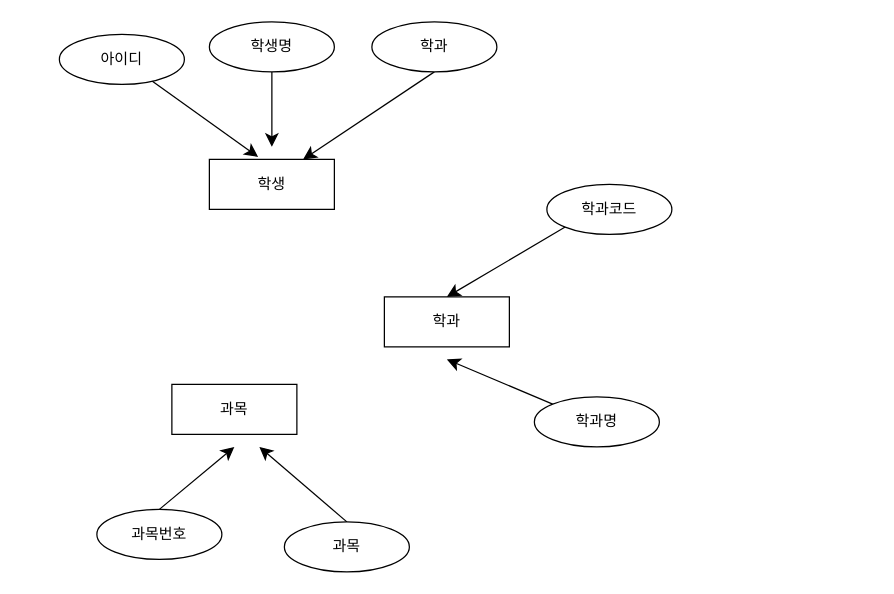
The draw.io diagram 제목 없는 다이어그램.drawio in dhxorud/db1, before the edit. Source tidied: cells renumbered, new cells numbered last; positions are measured from the earlier drawing's top-left corner, leaving out a move shared by most shapes. Both pictures are drawn from the tidied source at 125%, with x=0, y=0 at pixel (59, 21).
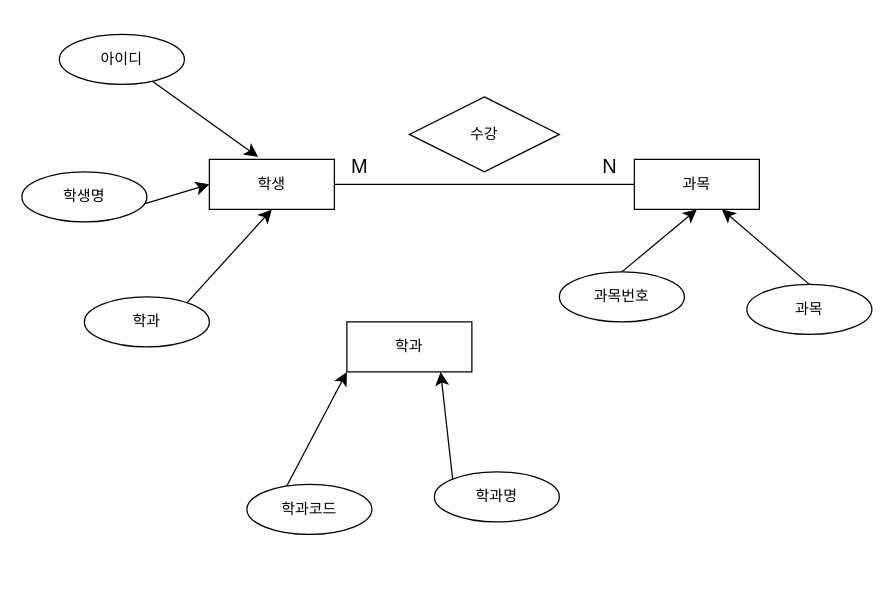
The same page after the edit.

Commit message:
제목 없는 다이어그램.drawio 업데이트

Unchanged cells that the change refers to:
```xml
<mxCell id="4" value="학생" style="whiteSpace=wrap;html=1;align=center;" parent="1" vertex="1">
  <mxGeometry x="120" y="110" width="100" height="40" as="geometry" />
</mxCell>
```

Diff of the diagram source:
```diff
@@
     <mxCell id="2" value="과목" style="whiteSpace=wrap;html=1;align=center;" parent="1" vertex="1">
-      <mxGeometry x="90" y="290" width="100" height="40" as="geometry" />
+      <mxGeometry x="460" y="110" width="100" height="40" as="geometry" />
     </mxCell>
     <mxCell id="3" value="학과" style="whiteSpace=wrap;html=1;align=center;" parent="1" vertex="1">
-      <mxGeometry x="260" y="220" width="100" height="40" as="geometry" />
+      <mxGeometry x="230" y="240" width="100" height="40" as="geometry" />
     </mxCell>
@@
-    <mxCell id="5" style="edgeStyle=none;curved=1;rounded=0;jettySize=auto;html=1;exitX=0.5;exitY=1;exitDx=0;exitDy=0;fontSize=12;startSize=8;endSize=8;" parent="1" edge="1" source="6">
-      <mxGeometry relative="1" as="geometry">
-        <mxPoint x="170" y="100" as="targetPoint" />
-      </mxGeometry>
+    <mxCell id="5" style="edgeStyle=none;curved=1;rounded=0;jettySize=auto;html=1;exitX=0.5;exitY=1;exitDx=0;exitDy=0;fontSize=12;startSize=8;endSize=8;entryX=0;entryY=0.5;entryDx=0;entryDy=0;" parent="1" edge="1" source="6" target="4">
+      <mxGeometry relative="1" as="geometry" />
     </mxCell>
     <mxCell id="6" value="학생명" style="ellipse;whiteSpace=wrap;html=1;align=center;" parent="1" vertex="1">
-      <mxGeometry x="120" width="100" height="40" as="geometry" />
+      <mxGeometry x="-30" y="120" width="100" height="40" as="geometry" />
     </mxCell>
@@
-    <mxCell id="8" style="edgeStyle=none;curved=1;rounded=0;jettySize=auto;html=1;exitX=0.5;exitY=1;exitDx=0;exitDy=0;entryX=0.75;entryY=0;entryDx=0;entryDy=0;fontSize=12;startSize=8;endSize=8;" parent="1" edge="1" source="9" target="4">
+    <mxCell id="8" style="edgeStyle=none;curved=1;rounded=0;jettySize=auto;html=1;exitX=0.5;exitY=1;exitDx=0;exitDy=0;entryX=0.5;entryY=1;entryDx=0;entryDy=0;fontSize=12;startSize=8;endSize=8;" parent="1" edge="1" source="9" target="4">
       <mxGeometry relative="1" as="geometry" />
     </mxCell>
     <mxCell id="9" value="학과" style="ellipse;whiteSpace=wrap;html=1;align=center;" parent="1" vertex="1">
-      <mxGeometry x="250" width="100" height="40" as="geometry" />
+      <mxGeometry x="20" y="220" width="100" height="40" as="geometry" />
     </mxCell>
@@
-    <mxCell id="11" style="edgeStyle=none;curved=1;rounded=0;jettySize=auto;html=1;exitX=0;exitY=1;exitDx=0;exitDy=0;entryX=0.5;entryY=0;entryDx=0;entryDy=0;fontSize=12;startSize=8;endSize=8;" parent="1" edge="1" source="12" target="3">
-      <mxGeometry relative="1" as="geometry" />
+    <mxCell id="11" style="edgeStyle=none;curved=1;rounded=0;jettySize=auto;html=1;exitX=0;exitY=1;exitDx=0;exitDy=0;entryX=0.5;entryY=0;entryDx=0;entryDy=0;fontSize=12;startSize=8;endSize=8;" parent="1" edge="1" source="12">
+      <mxGeometry relative="1" as="geometry">
+        <mxPoint x="230" y="280" as="targetPoint" />
+      </mxGeometry>
     </mxCell>
     <mxCell id="12" value="학과코드" style="ellipse;whiteSpace=wrap;html=1;align=center;" parent="1" vertex="1">
-      <mxGeometry x="390" y="130" width="100" height="40" as="geometry" />
+      <mxGeometry x="150" y="370" width="100" height="40" as="geometry" />
     </mxCell>
-    <mxCell id="13" style="edgeStyle=none;curved=1;rounded=0;jettySize=auto;html=1;exitX=0;exitY=0;exitDx=0;exitDy=0;fontSize=12;startSize=8;endSize=8;" parent="1" edge="1" source="14">
-      <mxGeometry relative="1" as="geometry">
-        <mxPoint x="310" y="270" as="targetPoint" />
-      </mxGeometry>
+    <mxCell id="13" style="edgeStyle=none;curved=1;rounded=0;jettySize=auto;html=1;exitX=0;exitY=0;exitDx=0;exitDy=0;fontSize=12;startSize=8;endSize=8;entryX=0.75;entryY=1;entryDx=0;entryDy=0;" parent="1" edge="1" source="14" target="3">
+      <mxGeometry relative="1" as="geometry" />
     </mxCell>
     <mxCell id="14" value="학과명" style="ellipse;whiteSpace=wrap;html=1;align=center;" parent="1" vertex="1">
-      <mxGeometry x="380" y="300" width="100" height="40" as="geometry" />
+      <mxGeometry x="300" y="360" width="100" height="40" as="geometry" />
     </mxCell>
     <mxCell id="15" style="edgeStyle=none;curved=1;rounded=0;jettySize=auto;html=1;exitX=0.5;exitY=0;exitDx=0;exitDy=0;fontSize=12;startSize=8;endSize=8;" parent="1" edge="1" source="16">
       <mxGeometry relative="1" as="geometry">
-        <mxPoint x="160" y="340" as="targetPoint" />
+        <mxPoint x="530" y="150" as="targetPoint" />
       </mxGeometry>
     </mxCell>
     <mxCell id="16" value="과목" style="ellipse;whiteSpace=wrap;html=1;align=center;" parent="1" vertex="1">
-      <mxGeometry x="180" y="400" width="100" height="40" as="geometry" />
+      <mxGeometry x="550" y="210" width="100" height="40" as="geometry" />
     </mxCell>
     <mxCell id="17" style="edgeStyle=none;curved=1;rounded=0;jettySize=auto;html=1;exitX=0.5;exitY=0;exitDx=0;exitDy=0;fontSize=12;startSize=8;endSize=8;" parent="1" edge="1" source="18">
       <mxGeometry relative="1" as="geometry">
-        <mxPoint x="140" y="340" as="targetPoint" />
+        <mxPoint x="510" y="150" as="targetPoint" />
       </mxGeometry>
     </mxCell>
     <mxCell id="18" value="과목번호" style="ellipse;whiteSpace=wrap;html=1;align=center;" parent="1" vertex="1">
-      <mxGeometry x="30" y="390" width="100" height="40" as="geometry" />
+      <mxGeometry x="400" y="200" width="100" height="40" as="geometry" />
     </mxCell>
+    <mxCell id="19" style="endArrow=none;html=1;rounded=0;fontSize=12;startSize=8;endSize=8;curved=1;exitX=0;exitY=0.5;exitDx=0;exitDy=0;entryX=1;entryY=0.5;entryDx=0;entryDy=0;" parent="1" edge="1" source="2" target="4">
+      <mxGeometry relative="1" as="geometry" />
+    </mxCell>
+    <mxCell id="20" value="수강" style="shape=rhombus;perimeter=rhombusPerimeter;whiteSpace=wrap;html=1;align=center;" parent="1" vertex="1">
+      <mxGeometry x="280" y="60" width="120" height="60" as="geometry" />
+    </mxCell>
+    <mxCell id="21" value="M" style="text;html=1;align=center;verticalAlign=middle;strokeColor=none;fillColor=none;fontSize=16;" parent="1" vertex="1">
+      <mxGeometry x="220" y="100" width="40" height="30" as="geometry" />
+    </mxCell>
+    <mxCell id="22" value="N" style="text;html=1;align=center;verticalAlign=middle;strokeColor=none;fillColor=none;fontSize=16;" parent="1" vertex="1">
+      <mxGeometry x="420" y="100" width="40" height="30" as="geometry" />
+    </mxCell>
```
